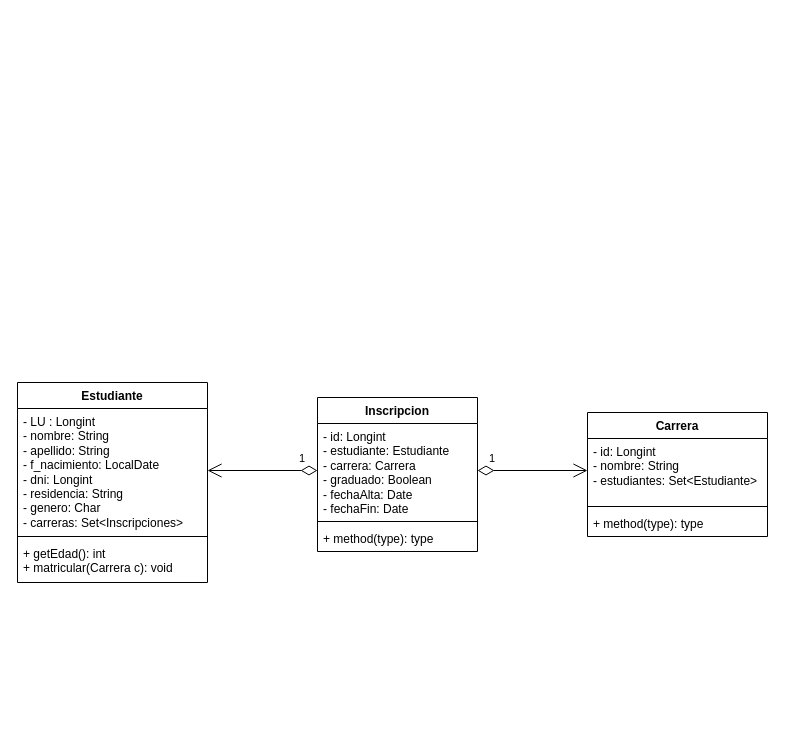
This is Diagrama-de-Clases.drawio from TomasRedolatti/disenio-de-software, a draw.io file, before an edit. Source tidied: cells renumbered, new cells numbered last; positions are measured from the earlier drawing's top-left corner, leaving out a move shared by most shapes. Both pictures are drawn from the tidied source at 100%, with x=0, y=0 at pixel (17, 382).
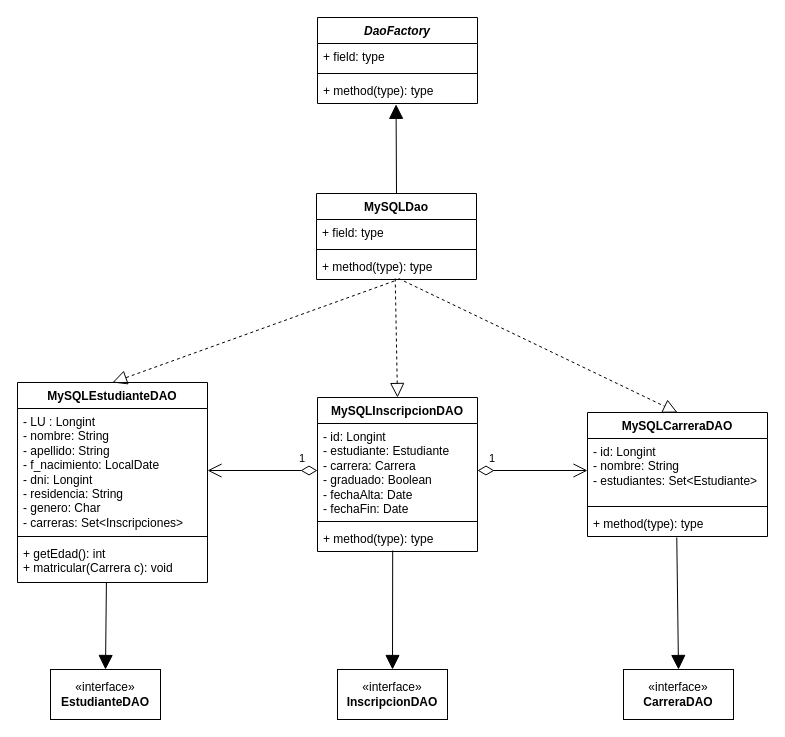
The same page after the edit.

The change refers to these unchanged cells:
```xml
<mxCell id="5" value="+ getEdad(): int&lt;div&gt;+ matricular(Carrera c): void&lt;/div&gt;" style="text;strokeColor=none;fillColor=none;align=left;verticalAlign=top;spacingLeft=4;spacingRight=4;overflow=hidden;points=[[0,0.5],[1,0.5]];portConstraint=eastwest;whiteSpace=wrap;html=1;" parent="2" vertex="1">
  <mxGeometry y="158" width="190" height="42" as="geometry" />
</mxCell>
<mxCell id="9" value="+ method(type): type" style="text;strokeColor=none;fillColor=none;align=left;verticalAlign=top;spacingLeft=4;spacingRight=4;overflow=hidden;points=[[0,0.5],[1,0.5]];portConstraint=eastwest;whiteSpace=wrap;html=1;" parent="6" vertex="1">
  <mxGeometry y="98" width="180" height="26" as="geometry" />
</mxCell>
<mxCell id="13" value="+ method(type): type" style="text;strokeColor=none;fillColor=none;align=left;verticalAlign=top;spacingLeft=4;spacingRight=4;overflow=hidden;points=[[0,0.5],[1,0.5]];portConstraint=eastwest;whiteSpace=wrap;html=1;" parent="10" vertex="1">
  <mxGeometry y="128" width="160" height="26" as="geometry" />
</mxCell>
```

What changed in the source:
```diff
@@
-    <mxCell id="2" value="Estudiante" style="swimlane;fontStyle=1;align=center;verticalAlign=top;horizontal=1;startSize=26;whiteSpace=wrap;html=1;" parent="1" vertex="1">
+    <mxCell id="2" value="MySQLEstudianteDAO" style="swimlane;fontStyle=1;align=center;verticalAlign=top;horizontal=1;startSize=26;whiteSpace=wrap;html=1;" parent="1" vertex="1">
       <mxGeometry width="190" height="200" as="geometry" />
     </mxCell>
@@
-    <mxCell id="6" value="Carrera" style="swimlane;fontStyle=1;align=center;verticalAlign=top;horizontal=1;startSize=26;whiteSpace=wrap;html=1;" parent="1" vertex="1">
+    <mxCell id="6" value="MySQLCarreraDAO" style="swimlane;fontStyle=1;align=center;verticalAlign=top;horizontal=1;startSize=26;whiteSpace=wrap;html=1;" parent="1" vertex="1">
       <mxGeometry x="570" y="30" width="180" height="124" as="geometry" />
     </mxCell>
@@
-    <mxCell id="10" value="Inscripcion" style="swimlane;fontStyle=1;align=center;verticalAlign=top;horizontal=1;startSize=26;whiteSpace=wrap;html=1;" parent="1" vertex="1">
+    <mxCell id="10" value="MySQLInscripcionDAO" style="swimlane;fontStyle=1;align=center;verticalAlign=top;horizontal=1;startSize=26;whiteSpace=wrap;html=1;" parent="1" vertex="1">
       <mxGeometry x="300" y="15" width="160" height="154" as="geometry" />
     </mxCell>
@@
+    <mxCell id="16" value="«interface»&lt;br&gt;&lt;b&gt;EstudianteDAO&lt;/b&gt;" style="html=1;whiteSpace=wrap;" parent="1" vertex="1">
+      <mxGeometry x="33" y="287" width="110" height="50" as="geometry" />
+    </mxCell>
+    <mxCell id="17" value="«interface»&lt;br&gt;&lt;b&gt;InscripcionDAO&lt;/b&gt;" style="html=1;whiteSpace=wrap;" parent="1" vertex="1">
+      <mxGeometry x="320" y="287" width="110" height="50" as="geometry" />
+    </mxCell>
+    <mxCell id="18" value="«interface»&lt;br&gt;&lt;b&gt;CarreraDAO&lt;/b&gt;" style="html=1;whiteSpace=wrap;" parent="1" vertex="1">
+      <mxGeometry x="606" y="287" width="110" height="50" as="geometry" />
+    </mxCell>
+    <mxCell id="19" style="endArrow=block;endFill=1;endSize=12;html=1;rounded=0;entryX=0.5;entryY=0;entryDx=0;entryDy=0;exitX=0.468;exitY=1.011;exitDx=0;exitDy=0;exitPerimeter=0;" parent="1" edge="1" source="5" target="16">
+      <mxGeometry relative="1" as="geometry" />
+    </mxCell>
+    <mxCell id="20" style="endArrow=block;endFill=1;endSize=12;html=1;rounded=0;entryX=0.5;entryY=0;entryDx=0;entryDy=0;exitX=0.47;exitY=0.963;exitDx=0;exitDy=0;exitPerimeter=0;" parent="1" edge="1" source="13" target="17">
+      <mxGeometry relative="1" as="geometry" />
+    </mxCell>
+    <mxCell id="21" style="endArrow=block;endFill=1;endSize=12;html=1;rounded=0;entryX=0.5;entryY=0;entryDx=0;entryDy=0;exitX=0.496;exitY=1.036;exitDx=0;exitDy=0;exitPerimeter=0;" parent="1" edge="1" source="9" target="18">
+      <mxGeometry relative="1" as="geometry" />
+    </mxCell>
+    <mxCell id="22" value="&lt;i&gt;DaoFactory&lt;/i&gt;" style="swimlane;fontStyle=1;align=center;verticalAlign=top;horizontal=1;startSize=26;whiteSpace=wrap;html=1;" parent="1" vertex="1">
+      <mxGeometry x="300" y="-365" width="160" height="86" as="geometry" />
+    </mxCell>
+    <mxCell id="23" value="+ field: type" style="text;strokeColor=none;fillColor=none;align=left;verticalAlign=top;spacingLeft=4;spacingRight=4;overflow=hidden;whiteSpace=wrap;html=1;" parent="22" vertex="1">
+      <mxGeometry y="26" width="160" height="26" as="geometry" />
+    </mxCell>
+    <mxCell id="24" style="line;strokeWidth=1;fillColor=none;align=left;verticalAlign=middle;spacingTop=-1;spacingLeft=3;spacingRight=3;labelPosition=right;strokeColor=inherit;" parent="22" vertex="1">
+      <mxGeometry y="52" width="160" height="8" as="geometry" />
+    </mxCell>
+    <mxCell id="25" value="+ method(type): type" style="text;strokeColor=none;fillColor=none;align=left;verticalAlign=top;spacingLeft=4;spacingRight=4;overflow=hidden;points=[[0,0.5],[1,0.5]];portConstraint=eastwest;whiteSpace=wrap;html=1;" parent="22" vertex="1">
+      <mxGeometry y="60" width="160" height="26" as="geometry" />
+    </mxCell>
+    <mxCell id="26" value="MySQLDao" style="swimlane;fontStyle=1;align=center;verticalAlign=top;horizontal=1;startSize=26;whiteSpace=wrap;html=1;" parent="1" vertex="1">
+      <mxGeometry x="299" y="-189" width="160" height="86" as="geometry" />
+    </mxCell>
+    <mxCell id="27" value="+ field: type" style="text;strokeColor=none;fillColor=none;align=left;verticalAlign=top;spacingLeft=4;spacingRight=4;overflow=hidden;whiteSpace=wrap;html=1;" parent="26" vertex="1">
+      <mxGeometry y="26" width="160" height="26" as="geometry" />
+    </mxCell>
+    <mxCell id="28" style="line;strokeWidth=1;fillColor=none;align=left;verticalAlign=middle;spacingTop=-1;spacingLeft=3;spacingRight=3;labelPosition=right;strokeColor=inherit;" parent="26" vertex="1">
+      <mxGeometry y="52" width="160" height="8" as="geometry" />
+    </mxCell>
+    <mxCell id="29" value="+ method(type): type" style="text;strokeColor=none;fillColor=none;align=left;verticalAlign=top;spacingLeft=4;spacingRight=4;overflow=hidden;points=[[0,0.5],[1,0.5]];portConstraint=eastwest;whiteSpace=wrap;html=1;" parent="26" vertex="1">
+      <mxGeometry y="60" width="160" height="26" as="geometry" />
+    </mxCell>
+    <mxCell id="30" style="endArrow=block;endFill=1;endSize=12;html=1;rounded=0;entryX=0.491;entryY=1.032;entryDx=0;entryDy=0;exitX=0.5;exitY=0;exitDx=0;exitDy=0;entryPerimeter=0;" parent="1" edge="1" source="26" target="25">
+      <mxGeometry relative="1" as="geometry" />
+    </mxCell>
+    <mxCell id="31" style="endArrow=block;dashed=1;endFill=0;endSize=12;html=1;rounded=0;exitX=0.486;exitY=1.058;exitDx=0;exitDy=0;exitPerimeter=0;entryX=0.5;entryY=0;entryDx=0;entryDy=0;" parent="1" edge="1" source="29" target="2">
+      <mxGeometry relative="1" as="geometry" />
+    </mxCell>
+    <mxCell id="32" style="endArrow=block;dashed=1;endFill=0;endSize=12;html=1;rounded=0;exitX=0.492;exitY=0.962;exitDx=0;exitDy=0;exitPerimeter=0;entryX=0.5;entryY=0;entryDx=0;entryDy=0;" parent="1" edge="1" source="29" target="10">
+      <mxGeometry relative="1" as="geometry" />
+    </mxCell>
+    <mxCell id="33" style="endArrow=block;dashed=1;endFill=0;endSize=12;html=1;rounded=0;exitX=0.513;exitY=0.962;exitDx=0;exitDy=0;exitPerimeter=0;entryX=0.5;entryY=0;entryDx=0;entryDy=0;" parent="1" edge="1" source="29" target="6">
+      <mxGeometry relative="1" as="geometry" />
+    </mxCell>
```
